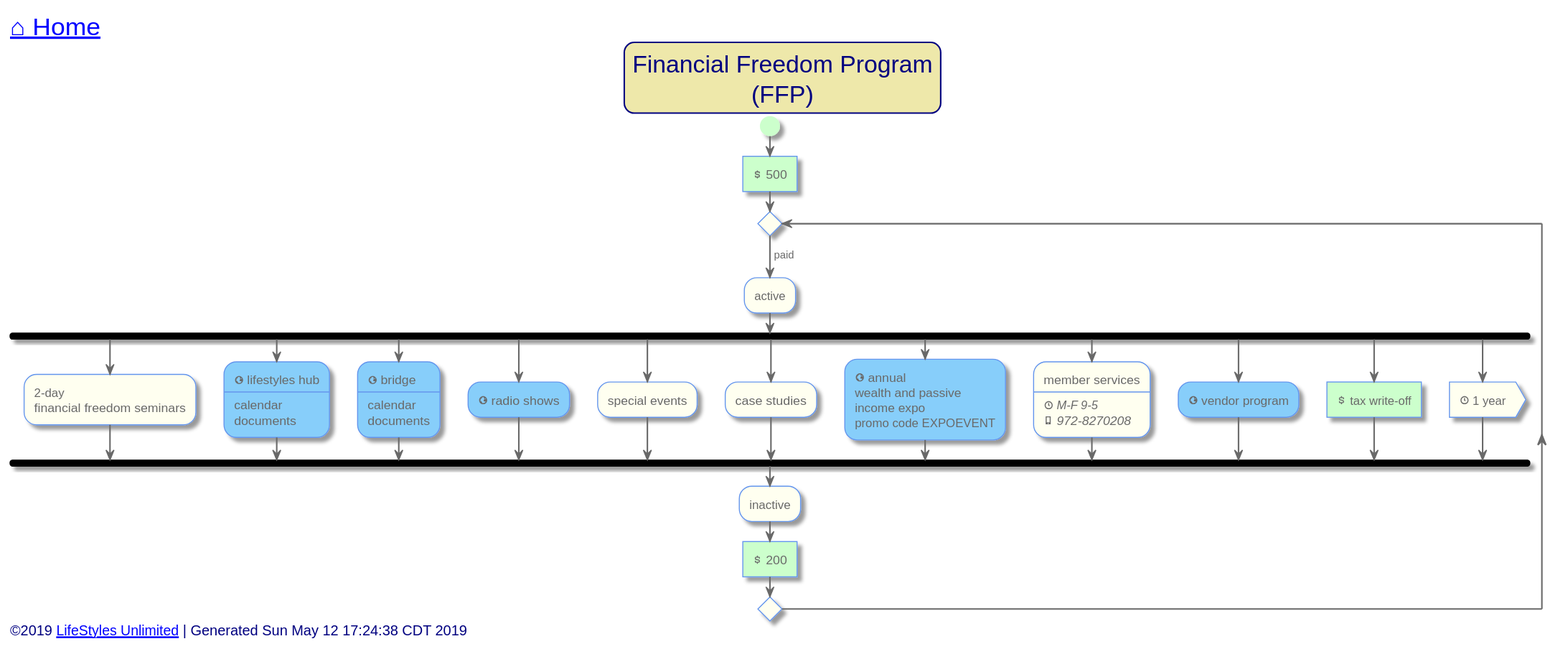
This is out/src/unlimited-lifestyle/financial-freedom-program.svg from toddmo/lifestylesunlimited, a PlantUML export, as it was before one commit.
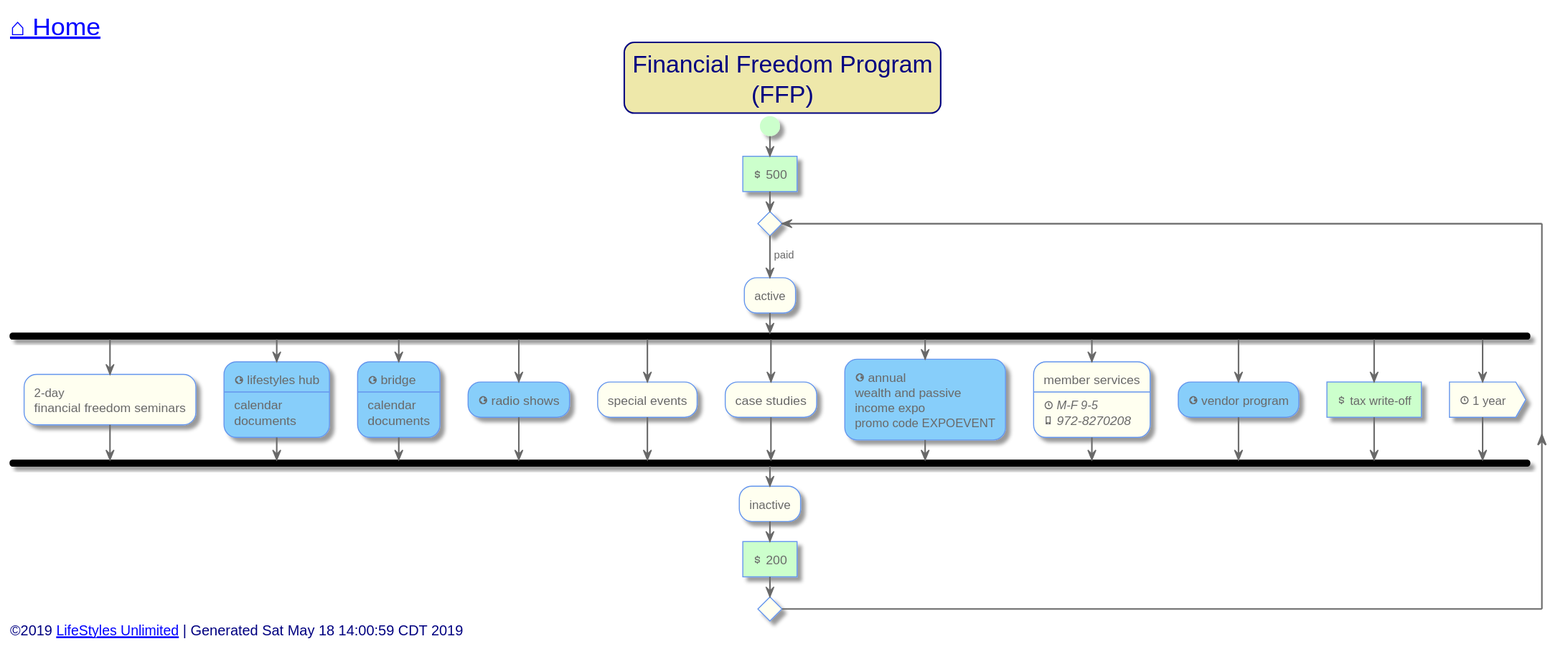
After the change.

Diff of the diagram source:
```diff
@@ -123,7 +123,7 @@
 
 
 left footer
-	<font size=14>©2019 [[http://www.lifestylesunlimited.com LifeStyles Unlimited]] | Generated Sun May 12 17:24:38 CDT 2019</font>
+	<font size=14>©2019 [[http://www.lifestylesunlimited.com LifeStyles Unlimited]] | Generated Sat May 18 14:00:59 CDT 2019</font>
 endfooter
 
 
```
